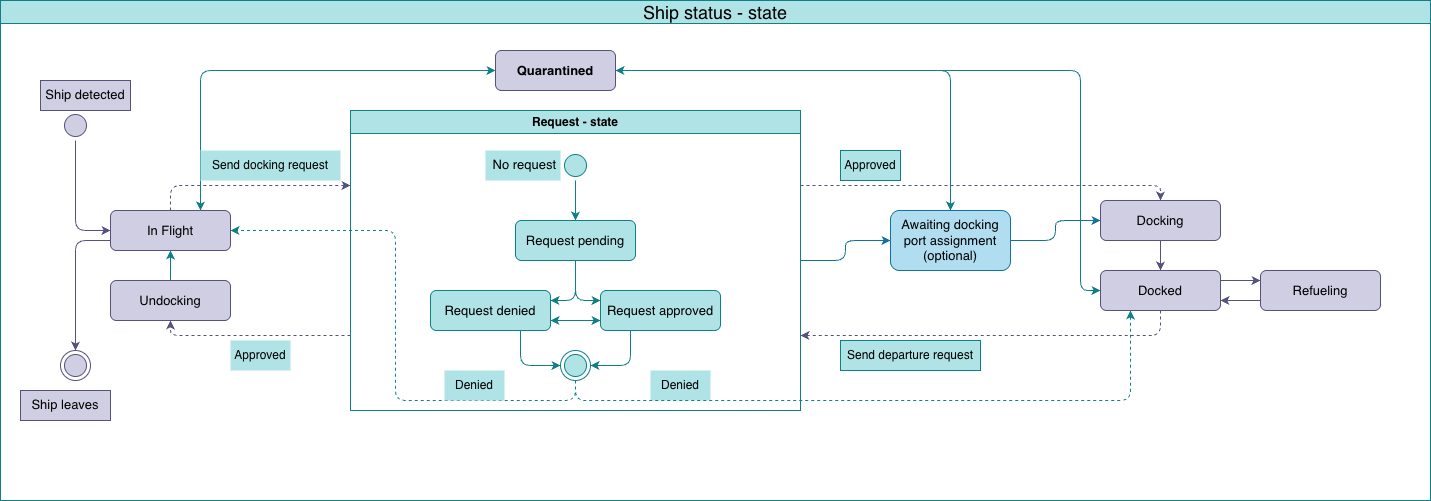
Casual159/SpaceDock-home-assignment keeps this draw.io diagram as Spacedock_state.drawio.png. Above is the earlier version. Source tidied: cells renumbered, new cells last; positions are measured from the earlier drawing's top-left corner, leaving out a move shared by most shapes.
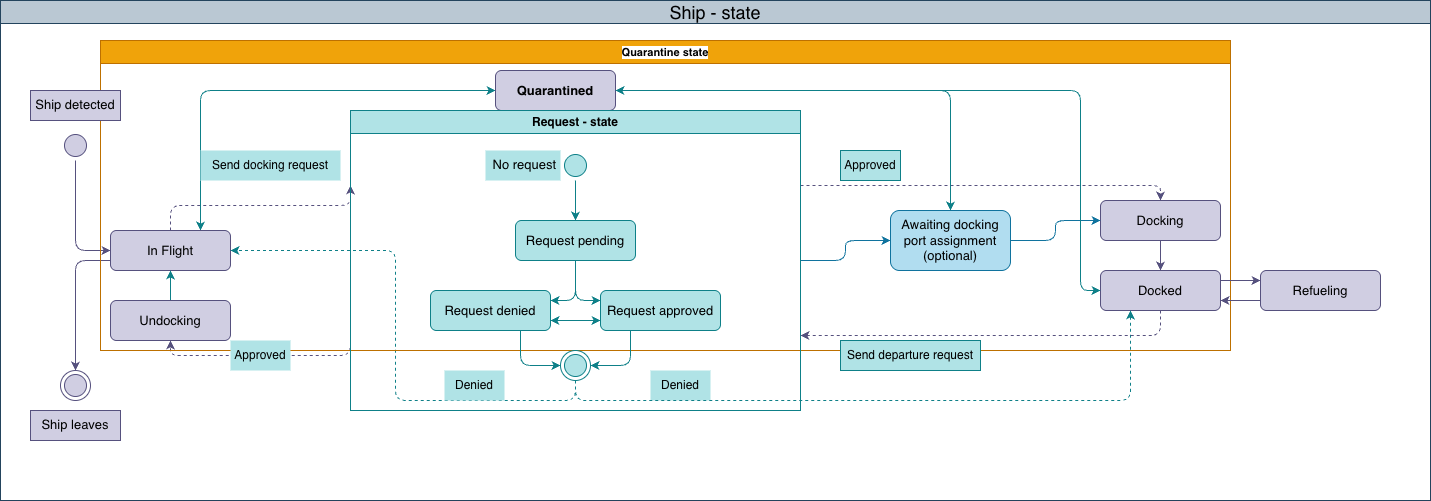
The same file after the commit.

Change to the diagram source:
```diff
@@ -9,7 +9,7 @@
         </Array>
       </mxGeometry>
     </mxCell>
-    <mxCell id="3" style="edgeStyle=orthogonalEdgeStyle;shape=connector;curved=0;rounded=1;jettySize=auto;html=1;exitX=0.75;exitY=0;exitDx=0;exitDy=0;entryX=0;entryY=0.5;entryDx=0;entryDy=0;strokeColor=#0e8088;align=center;verticalAlign=middle;fontFamily=Helvetica;fontSize=11;fontColor=#000000;labelBackgroundColor=default;endArrow=classic;startArrow=classic;startFill=1;fillColor=#b0e3e6;" parent="1" edge="1" source="5" target="8">
+    <mxCell id="3" style="edgeStyle=orthogonalEdgeStyle;shape=connector;curved=0;rounded=1;jettySize=auto;html=1;exitX=0.75;exitY=0;exitDx=0;exitDy=0;entryX=0;entryY=0.5;entryDx=0;entryDy=0;strokeColor=light-dark(#0E8088,#AF0808);align=center;verticalAlign=middle;fontFamily=Helvetica;fontSize=11;fontColor=#000000;labelBackgroundColor=default;endArrow=classic;startArrow=classic;startFill=1;fillColor=#b0e3e6;" parent="1" edge="1" source="5" target="8">
       <mxGeometry relative="1" as="geometry" />
     </mxCell>
     <mxCell id="4" style="edgeStyle=orthogonalEdgeStyle;shape=connector;curved=0;rounded=1;jettySize=auto;html=1;exitX=0;exitY=0.75;exitDx=0;exitDy=0;entryX=0.5;entryY=0;entryDx=0;entryDy=0;strokeColor=#56517e;align=center;verticalAlign=middle;fontFamily=Helvetica;fontSize=11;fontColor=#000000;labelBackgroundColor=default;endArrow=classic;fillColor=#d0cee2;" parent="1" edge="1" source="5" target="9">
@@ -24,7 +24,7 @@
     <mxCell id="7" value="Undocking" style="rounded=1;whiteSpace=wrap;html=1;fontSize=13;fillColor=#d0cee2;strokeColor=#56517e;" parent="1" vertex="1">
       <mxGeometry x="110" y="280" width="120" height="40" as="geometry" />
     </mxCell>
-    <mxCell id="8" value="Quarantined" style="rounded=1;whiteSpace=wrap;html=1;fontSize=13;fillColor=light-dark(#D0CEE2,#625F7B);strokeColor=#56517e;fontStyle=1;" parent="1" vertex="1">
+    <mxCell id="8" value="Quarantined" style="rounded=1;whiteSpace=wrap;html=1;fontSize=13;fillColor=light-dark(#D0CEE2,#625F7B);strokeColor=#56517e;fontStyle=1;fontColor=light-dark(#000000,#FF4300);" parent="1" vertex="1">
       <mxGeometry x="495" y="50" width="120" height="40" as="geometry" />
     </mxCell>
     <mxCell id="9" style="ellipse;html=1;shape=endState;fillColor=#d0cee2;strokeColor=#56517e;fontSize=13;" parent="1" vertex="1">
@@ -46,12 +46,12 @@
     <mxCell id="13" style="edgeStyle=orthogonalEdgeStyle;shape=connector;curved=0;rounded=1;jettySize=auto;html=1;exitX=0.5;exitY=1;exitDx=0;exitDy=0;entryX=1;entryY=0.5;entryDx=0;entryDy=0;strokeColor=#0e8088;align=center;verticalAlign=middle;fontFamily=Helvetica;fontSize=11;fontColor=#000000;labelBackgroundColor=default;endArrow=classic;dashed=1;fillColor=#b0e3e6;" parent="1" edge="1" source="40" target="5">
       <mxGeometry relative="1" as="geometry" />
     </mxCell>
-    <mxCell id="14" value="&lt;div style=&quot;&quot;&gt;&lt;span style=&quot;background-color: transparent; font-size: 13px;&quot;&gt;Ship detected&lt;/span&gt;&lt;/div&gt;" style="text;whiteSpace=wrap;html=1;fillColor=#d0cee2;strokeColor=#56517e;align=center;" parent="1" vertex="1">
-      <mxGeometry x="40" y="80" width="90" height="30" as="geometry" />
-    </mxCell>
-    <mxCell id="15" value="&lt;span style=&quot;font-size: 18px; font-weight: 400;&quot;&gt;Ship status - state&lt;/span&gt;" style="swimlane;whiteSpace=wrap;html=1;fillColor=#b0e3e6;strokeColor=#0e8088;" parent="1" vertex="1">
-      <mxGeometry width="1430" height="500" as="geometry" />
+    <mxCell id="15" value="&lt;span style=&quot;font-size: 18px; font-weight: 400;&quot;&gt;Ship - state&lt;/span&gt;" style="swimlane;whiteSpace=wrap;html=1;fillColor=#bac8d3;strokeColor=#23445d;" parent="1" vertex="1">
+      <mxGeometry y="-20" width="1430" height="500" as="geometry" />
     </mxCell>
+    <mxCell id="50" value="&lt;font style=&quot;color: light-dark(rgb(0, 0, 0), rgb(204, 0, 0));&quot;&gt;Quarantine state&lt;/font&gt;" style="swimlane;whiteSpace=wrap;html=1;fontFamily=Helvetica;fontSize=11;fontColor=#000000;labelBackgroundColor=default;fillColor=light-dark(#F0A30A,#4D4D4D);strokeColor=light-dark(#BD7000,#660000);" parent="15" vertex="1">
+      <mxGeometry x="100" y="40" width="1130" height="310" as="geometry" />
+    </mxCell>
     <mxCell id="16" value="Approved" style="text;html=1;whiteSpace=wrap;strokeColor=#0e8088;fillColor=#b0e3e6;align=center;verticalAlign=middle;rounded=0;" parent="15" vertex="1">
       <mxGeometry x="840" y="150" width="60" height="30" as="geometry" />
     </mxCell>
@@ -151,18 +151,21 @@
       <mxGeometry x="200" y="150" width="140" height="30" as="geometry" />
     </mxCell>
     <mxCell id="46" value="&lt;div style=&quot;&quot;&gt;&lt;span style=&quot;background-color: transparent; font-size: 13px;&quot;&gt;Ship leaves&lt;/span&gt;&lt;/div&gt;" style="text;whiteSpace=wrap;html=1;fillColor=#d0cee2;strokeColor=#56517e;align=center;" parent="15" vertex="1">
-      <mxGeometry x="20" y="390" width="90" height="30" as="geometry" />
+      <mxGeometry x="30" y="410" width="90" height="30" as="geometry" />
     </mxCell>
     <mxCell id="47" value="Approved" style="text;html=1;whiteSpace=wrap;strokeColor=none;fillColor=#b0e3e6;align=center;verticalAlign=middle;rounded=0;" parent="15" vertex="1">
       <mxGeometry x="230" y="340" width="60" height="30" as="geometry" />
     </mxCell>
+    <mxCell id="14" value="&lt;div style=&quot;&quot;&gt;&lt;span style=&quot;background-color: transparent; font-size: 13px;&quot;&gt;Ship detected&lt;/span&gt;&lt;/div&gt;" style="text;whiteSpace=wrap;html=1;fillColor=#d0cee2;strokeColor=#56517e;align=center;" parent="15" vertex="1">
+      <mxGeometry x="30" y="90" width="90" height="30" as="geometry" />
+    </mxCell>
-    <mxCell id="48" style="edgeStyle=orthogonalEdgeStyle;shape=connector;curved=0;rounded=1;jettySize=auto;html=1;exitX=0.5;exitY=0;exitDx=0;exitDy=0;entryX=1;entryY=0.5;entryDx=0;entryDy=0;strokeColor=#0e8088;align=center;verticalAlign=middle;fontFamily=Helvetica;fontSize=11;fontColor=#000000;labelBackgroundColor=default;endArrow=classic;fillColor=#b0e3e6;startArrow=classic;startFill=1;" parent="1" edge="1" source="25" target="8">
+    <mxCell id="48" style="edgeStyle=orthogonalEdgeStyle;shape=connector;curved=0;rounded=1;jettySize=auto;html=1;exitX=0.5;exitY=0;exitDx=0;exitDy=0;entryX=1;entryY=0.5;entryDx=0;entryDy=0;strokeColor=light-dark(#0E8088,#AF0808);align=center;verticalAlign=middle;fontFamily=Helvetica;fontSize=11;fontColor=#000000;labelBackgroundColor=default;endArrow=classic;fillColor=#b0e3e6;startArrow=classic;startFill=1;" parent="1" edge="1" source="25" target="8">
       <mxGeometry relative="1" as="geometry" />
     </mxCell>
-    <mxCell id="49" style="edgeStyle=orthogonalEdgeStyle;shape=connector;curved=0;rounded=1;jettySize=auto;html=1;exitX=0;exitY=0.5;exitDx=0;exitDy=0;entryX=1;entryY=0.5;entryDx=0;entryDy=0;strokeColor=#0e8088;align=center;verticalAlign=middle;fontFamily=Helvetica;fontSize=11;fontColor=#000000;labelBackgroundColor=default;endArrow=classic;fillColor=#b0e3e6;startArrow=classic;startFill=1;" parent="1" edge="1" source="22" target="8">
+    <mxCell id="49" style="edgeStyle=orthogonalEdgeStyle;shape=connector;curved=0;rounded=1;jettySize=auto;html=1;exitX=0;exitY=0.5;exitDx=0;exitDy=0;entryX=1;entryY=0.5;entryDx=0;entryDy=0;strokeColor=light-dark(#0E8088,#AF0808);align=center;verticalAlign=middle;fontFamily=Helvetica;fontSize=11;fontColor=#000000;labelBackgroundColor=default;endArrow=classic;fillColor=#b0e3e6;startArrow=classic;startFill=1;" parent="1" edge="1" source="22" target="8">
       <mxGeometry relative="1" as="geometry">
         <Array as="points">
-          <mxPoint x="1080" y="290" />
+          <mxPoint x="1080" y="270" />
           <mxPoint x="1080" y="70" />
         </Array>
       </mxGeometry>
```
